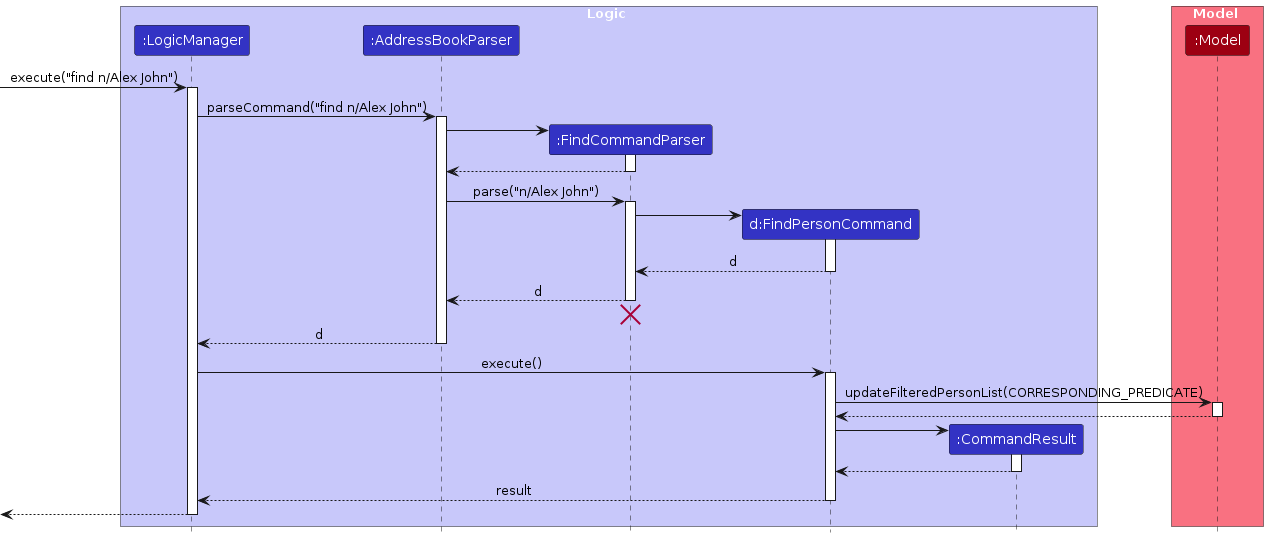
The PlantUML diagram diagrams/FindPersonSequenceDiagram.png in AY2324S1-CS2103T-T10-3/tp, before a commit. Its source is kept beside it as diagrams/FindPersonSequenceDiagram.puml. Its diagram source:
```plantuml
@startuml
!include style.puml
skinparam ArrowFontStyle plain

box Logic LOGIC_COLOR_T1
participant ":LogicManager" as LogicManager LOGIC_COLOR
participant ":AddressBookParser" as AddressBookParser LOGIC_COLOR
participant ":FindCommandParser" as FindCommandParser LOGIC_COLOR
participant "d:FindPersonCommand" as FindPersonCommand LOGIC_COLOR
participant ":CommandResult" as CommandResult LOGIC_COLOR
end box

box Model MODEL_COLOR_T1
participant ":Model" as Model MODEL_COLOR
end box

[-> LogicManager : execute("find n/Alex John")
activate LogicManager

LogicManager -> AddressBookParser : parseCommand("find n/Alex John")
activate AddressBookParser

create FindCommandParser
AddressBookParser -> FindCommandParser
activate FindCommandParser

FindCommandParser --> AddressBookParser
deactivate FindCommandParser

AddressBookParser -> FindCommandParser : parse("n/Alex John")
activate FindCommandParser

create FindPersonCommand
FindCommandParser -> FindPersonCommand
activate FindPersonCommand

FindPersonCommand --> FindCommandParser : d
deactivate FindPersonCommand

FindCommandParser --> AddressBookParser : d
deactivate FindCommandParser
FindCommandParser -[hidden]-> AddressBookParser
destroy FindCommandParser

AddressBookParser --> LogicManager : d
deactivate AddressBookParser

LogicManager -> FindPersonCommand : execute()
activate FindPersonCommand

FindPersonCommand -> Model : updateFilteredPersonList(CORRESPONDING_PREDICATE)
activate Model

Model --> FindPersonCommand
deactivate Model

create CommandResult
FindPersonCommand -> CommandResult
activate CommandResult

CommandResult --> FindPersonCommand
deactivate CommandResult

FindPersonCommand --> LogicManager : result
deactivate FindPersonCommand

[<--LogicManager
deactivate LogicManager
@enduml
```
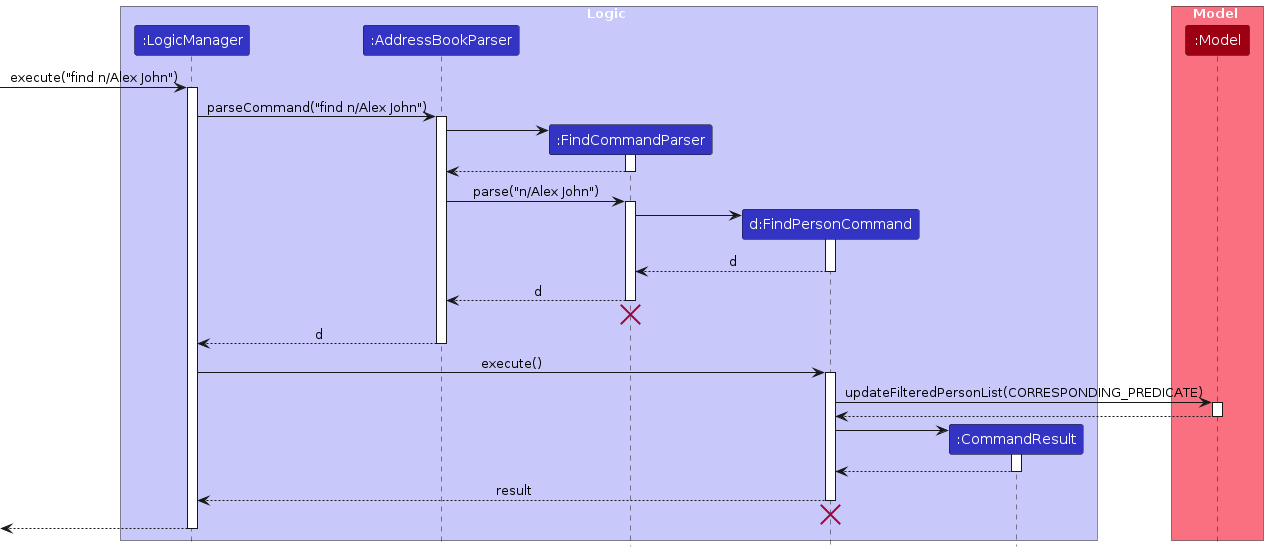
The same file after the commit.

Diff of the diagram source:
```diff
@@ -64,6 +64,9 @@
 FindPersonCommand --> LogicManager : result
 deactivate FindPersonCommand
 
+FindPersonCommand -[hidden]-> AddressBookParser
+destroy FindPersonCommand
+
 [<--LogicManager
 deactivate LogicManager
 @enduml
```
